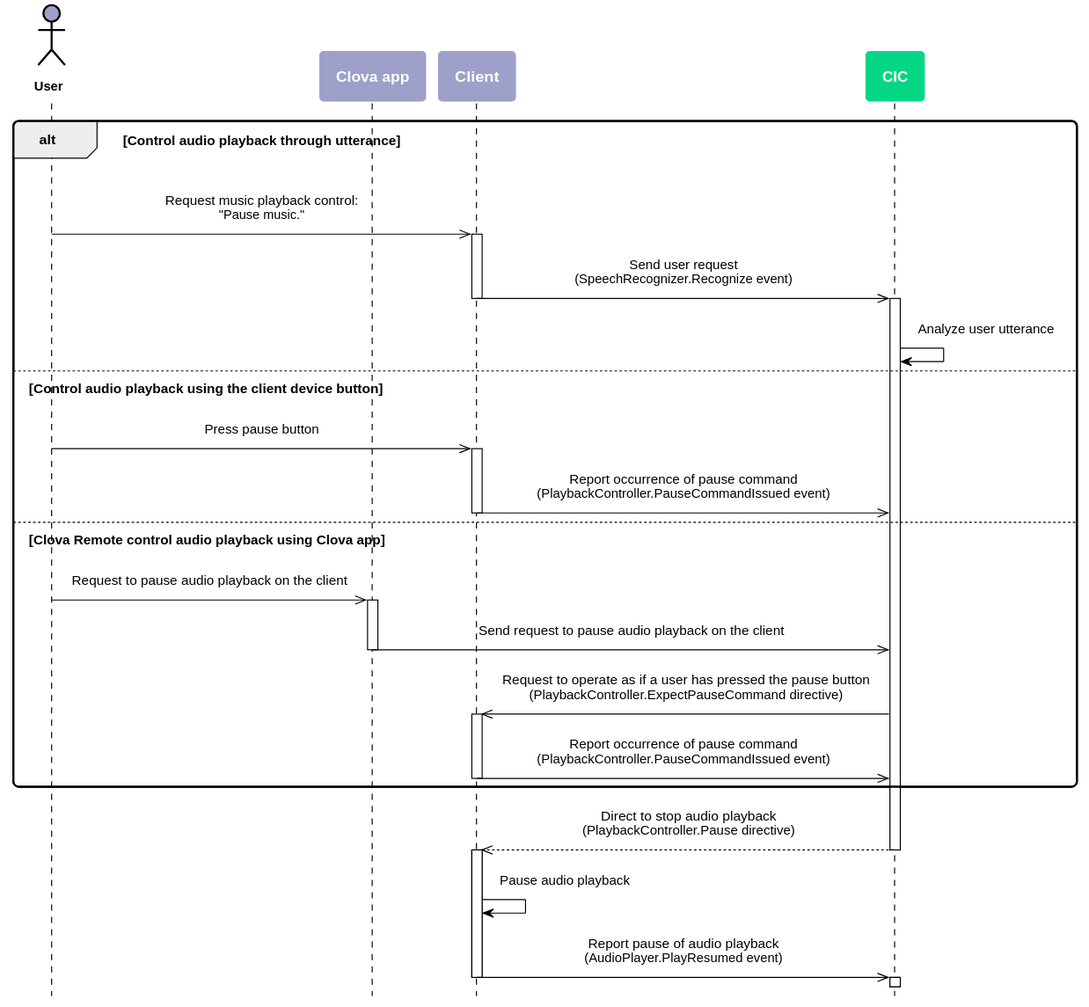
muchokwon/clova-client-developer-guide keeps this PlantUML diagram as en-KR/Develop/Assets/Images/CIC_Audio_Playback_Control_Flow.svg. Above is the earlier version.
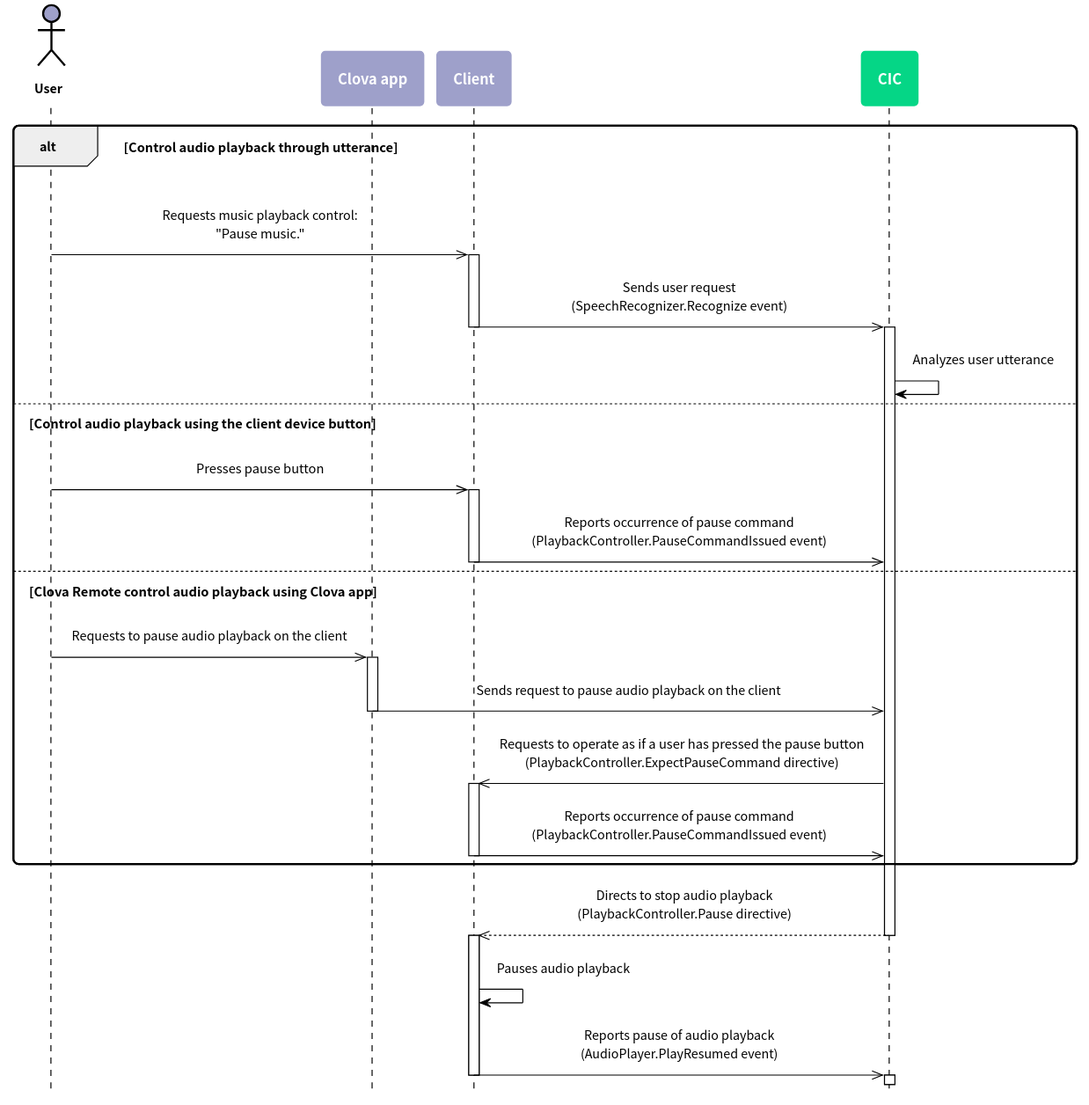
The same file after the commit.

The edit, as a diff of the source:
```diff
@@ -5,31 +5,49 @@
 skinparam roundcorner 10
 skinparam padding 10
 skinparam defaultFontSize 12
+skinparam defaultFontName "Noto Sans CJK KR"
+
+skinparam note {
+  BackgroundColor #9EA0CA
+  BorderColor #ffffff
+  FontColor #ffffff
+  FontSize 14
+  FontStyle bold
+}
+
 skinparam sequence {
-	ArrowColor #000000
-	ActorBorderColor #000000
-	ActorFontStyle Bolder
+  ArrowColor #000000
+  ActorBorderColor #000000
+  ActorFontStyle Bolder
 
-	LifeLineBorderColor #000000
-	LifeLineBackgroundColor transparent
-	ParticipantBorderColor transparent
-	ParticipantFontSize 14
-	ParticipantFontColor #ffffff
-	ParticipantFontStyle bold
 
-	BoxBorderColor #000000
-	BoxFontColor #ffffff
+  LifeLineBorderColor #000000
+  LifeLineBackgroundColor transparent
+  ParticipantBorderColor transparent
+  ParticipantFontSize 14
+  ParticipantFontColor #ffffff
+  ParticipantFontStyle bold
+
+  BoxBorderColor #000000
+  BoxFontColor #ffffff
     BoxFontSize 14
     BoxFontStyle bold
 }
-skinparam note {
-	BackgroundColor #9EA0CA
-	BorderColor #ffffff
-	FontColor #ffffff
-	FontSize 14
-	FontStyle bold
+hide footbox
+
+skinparam activity {
+  BackgroundColor #9EA0CA
+  BarColor #ffffff
+  BorderColor #ffffff
+  DiamondBackgroundColor #05D686
+  DiamondBorderColor #ffffff
+  DiamondFontColor #ffffff
+  DiamondFontSize 14
+  DiamondFontStyle bold
+  FontColor #ffffff
+  FontSize 14
+  FontStyle bold
 }
-hide footbox
 
 actor User as user #9EA0CA
 participant "Clova app" as app #9EA0CA
@@ -38,43 +56,43 @@
 
 alt Control audio playback through utterance
 
-  user ->> client : Request music playback control:\n"Pause music."
+  user ->> client : Requests music playback control:\n"Pause music."
 
   activate client
 
-    client ->> cic : Send user request\n(SpeechRecognizer.Recognize event)
+    client ->> cic : Sends user request\n(SpeechRecognizer.Recognize event)
 
   deactivate client
 
   activate cic
 
-    cic -> cic : Analyze user utterance
+    cic -> cic : Analyzes user utterance
 
 else Control audio playback using the client device button
 
-  user ->> client : Press pause button
+  user ->> client : Presses pause button
 
   activate client
 
-    client ->> cic : Report occurrence of pause command\n(PlaybackController.PauseCommandIssued event)
+    client ->> cic : Reports occurrence of pause command\n(PlaybackController.PauseCommandIssued event)
 
   deactivate client
 
 else Clova Remote control audio playback using Clova app
 
-  user ->> app : Request to pause audio playback on the client
+  user ->> app : Requests to pause audio playback on the client
 
   activate app
 
-    app ->> cic : Send request to pause audio playback on the client
+    app ->> cic : Sends request to pause audio playback on the client
 
   deactivate app
 
-    cic ->> client : Request to operate as if a user has pressed the pause button\n(PlaybackController.ExpectPauseCommand directive)
+    cic ->> client : Requests to operate as if a user has pressed the pause button\n(PlaybackController.ExpectPauseCommand directive)
 
   activate client
 
-    client ->> cic : Report occurrence of pause command\n(PlaybackController.PauseCommandIssued event)
+    client ->> cic : Reports occurrence of pause command\n(PlaybackController.PauseCommandIssued event)
 
   deactivate client
 
@@ -83,14 +101,14 @@
 
 activate cic
 
-  cic -->> client : Direct to stop audio playback\n(PlaybackController.Pause directive)
+  cic -->> client : Directs to stop audio playback\n(PlaybackController.Pause directive)
 
 deactivate cic
 
 activate client
 
-  client -> client : Pause audio playback
-  client ->> cic : Report pause of audio playback\n(AudioPlayer.PlayResumed event)
+  client -> client : Pauses audio playback
+  client ->> cic : Reports pause of audio playback\n(AudioPlayer.PlayResumed event)
 
 deactivate client
 
```
